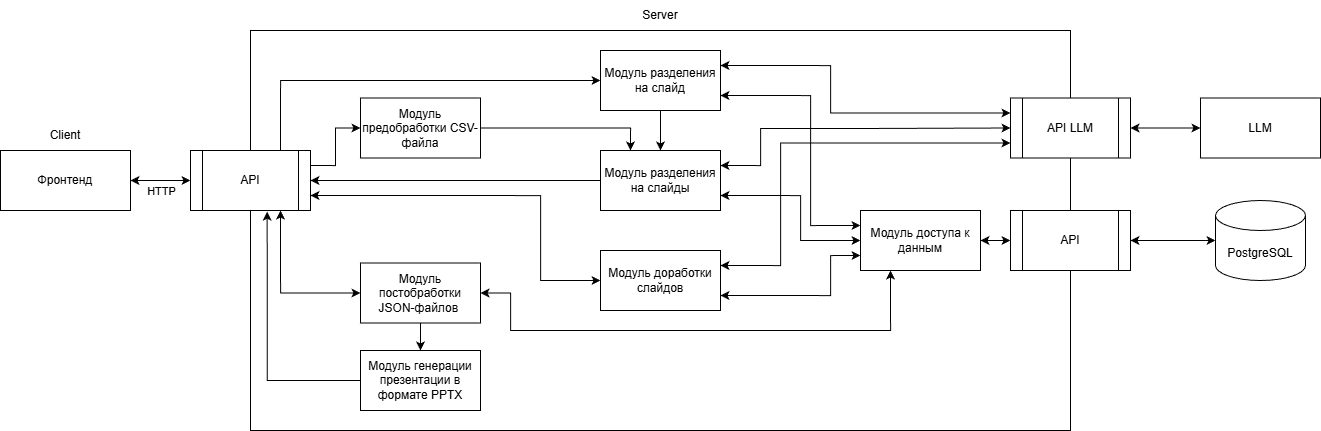
This is Analitics/архитектура.png from Sber-Kiwi/Presentation-generation, a draw.io export, as it was before one commit. Source tidied: cells renumbered, new cells last; positions are measured from the earlier drawing's top-left corner, leaving out a move shared by most shapes.
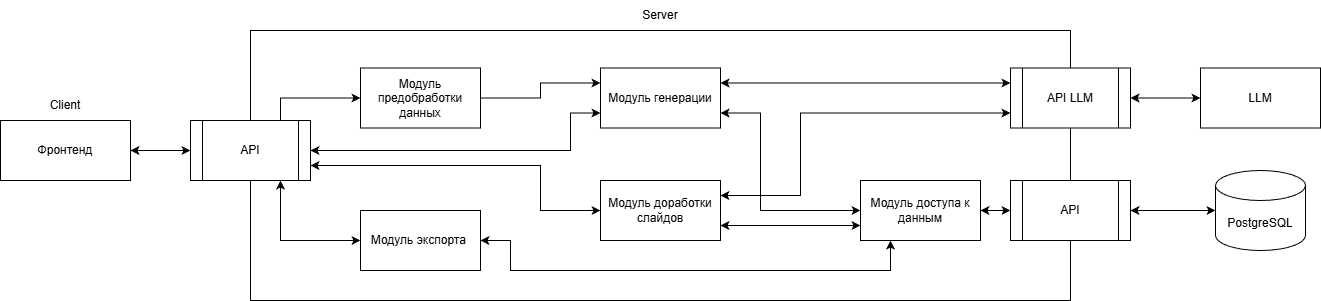
After the change.

Commit message:
Исправила архитектуру и диаграмму последовательности

Diff of the diagram source:
```diff
@@ -5,11 +5,6 @@
     <mxCell id="2" style="edgeStyle=orthogonalEdgeStyle;rounded=0;jettySize=auto;html=1;exitX=1;exitY=0.5;exitDx=0;exitDy=0;entryX=0;entryY=0.5;entryDx=0;entryDy=0;startArrow=classic;startFill=1;" parent="1" edge="1" source="4" target="27">
       <mxGeometry relative="1" as="geometry" />
     </mxCell>
-    <mxCell id="3" value="HTTP" style="edgeLabel;html=1;align=center;verticalAlign=middle;" parent="2" vertex="1">
-      <mxGeometry x="-0.19" y="3" relative="1" as="geometry">
-        <mxPoint x="6" y="13" as="offset" />
-      </mxGeometry>
-    </mxCell>
     <mxCell id="4" value="Фронтенд" style="rounded=0;whiteSpace=wrap;html=1;" parent="1" vertex="1">
       <mxGeometry y="150" width="130" height="60" as="geometry" />
     </mxCell>
@@ -17,71 +12,40 @@
       <mxGeometry x="35" y="120" width="60" height="30" as="geometry" />
     </mxCell>
     <mxCell id="6" style="rounded=0;whiteSpace=wrap;html=1;" parent="1" vertex="1">
-      <mxGeometry x="250" y="30" width="820" height="400" as="geometry" />
+      <mxGeometry x="250" y="60" width="820" height="270" as="geometry" />
     </mxCell>
     <mxCell id="7" value="Server" style="text;html=1;whiteSpace=wrap;strokeColor=none;fillColor=none;align=center;verticalAlign=middle;rounded=0;" parent="1" vertex="1">
-      <mxGeometry x="630" width="60" height="30" as="geometry" />
+      <mxGeometry x="630" y="30" width="60" height="30" as="geometry" />
     </mxCell>
-    <mxCell id="8" style="edgeStyle=orthogonalEdgeStyle;rounded=0;jettySize=auto;html=1;exitX=1;exitY=0.5;exitDx=0;exitDy=0;entryX=0.25;entryY=0;entryDx=0;entryDy=0;" parent="1" edge="1" source="9" target="16">
+    <mxCell id="8" style="edgeStyle=orthogonalEdgeStyle;rounded=0;jettySize=auto;html=1;exitX=1;exitY=0.5;exitDx=0;exitDy=0;entryX=0;entryY=0.25;entryDx=0;entryDy=0;" parent="1" edge="1" source="9" target="16">
       <mxGeometry relative="1" as="geometry" />
     </mxCell>
-    <mxCell id="9" value="Модуль предобработки CSV-файла" style="rounded=0;whiteSpace=wrap;html=1;" parent="1" vertex="1">
+    <mxCell id="9" value="Модуль предобработки данных" style="rounded=0;whiteSpace=wrap;html=1;" parent="1" vertex="1">
       <mxGeometry x="360" y="97.5" width="120" height="60" as="geometry" />
     </mxCell>
-    <mxCell id="10" style="edgeStyle=orthogonalEdgeStyle;rounded=0;jettySize=auto;html=1;exitX=0.5;exitY=1;exitDx=0;exitDy=0;entryX=0.5;entryY=0;entryDx=0;entryDy=0;" parent="1" edge="1" source="12" target="16">
-      <mxGeometry relative="1" as="geometry" />
-    </mxCell>
-    <mxCell id="11" style="edgeStyle=orthogonalEdgeStyle;rounded=0;jettySize=auto;html=1;exitX=1;exitY=0.25;exitDx=0;exitDy=0;entryX=0;entryY=0.25;entryDx=0;entryDy=0;startArrow=classic;startFill=1;" parent="1" edge="1" source="12" target="29">
-      <mxGeometry relative="1" as="geometry">
-        <Array as="points">
-          <mxPoint x="830" y="65" />
-          <mxPoint x="830" y="112" />
-        </Array>
-      </mxGeometry>
-    </mxCell>
-    <mxCell id="12" value="Модуль разделения на слайд" style="rounded=0;whiteSpace=wrap;html=1;" parent="1" vertex="1">
-      <mxGeometry x="600" y="50" width="120" height="60" as="geometry" />
-    </mxCell>
-    <mxCell id="13" style="edgeStyle=orthogonalEdgeStyle;rounded=0;jettySize=auto;html=1;exitX=1;exitY=0.25;exitDx=0;exitDy=0;entryX=0;entryY=0.5;entryDx=0;entryDy=0;startArrow=classic;startFill=1;" parent="1" edge="1" source="16" target="29">
-      <mxGeometry relative="1" as="geometry">
-        <Array as="points">
-          <mxPoint x="760" y="165" />
-          <mxPoint x="760" y="128" />
-          <mxPoint x="860" y="128" />
-        </Array>
-      </mxGeometry>
-    </mxCell>
     <mxCell id="14" style="edgeStyle=orthogonalEdgeStyle;rounded=0;jettySize=auto;html=1;exitX=1;exitY=0.75;exitDx=0;exitDy=0;entryX=0;entryY=0.5;entryDx=0;entryDy=0;startArrow=classic;startFill=1;" parent="1" edge="1" source="16" target="38">
       <mxGeometry relative="1" as="geometry">
         <Array as="points">
-          <mxPoint x="800" y="195" />
-          <mxPoint x="800" y="240" />
+          <mxPoint x="760" y="143" />
+          <mxPoint x="760" y="240" />
         </Array>
       </mxGeometry>
     </mxCell>
-    <mxCell id="15" style="edgeStyle=orthogonalEdgeStyle;rounded=0;jettySize=auto;html=1;exitX=0;exitY=0.5;exitDx=0;exitDy=0;entryX=1;entryY=0.5;entryDx=0;entryDy=0;" parent="1" edge="1" source="16" target="27">
-      <mxGeometry relative="1" as="geometry">
-        <Array as="points">
-          <mxPoint x="320" y="180" />
-          <mxPoint x="320" y="180" />
-        </Array>
-      </mxGeometry>
-    </mxCell>
-    <mxCell id="16" value="Модуль разделения на слайды" style="rounded=0;whiteSpace=wrap;html=1;" parent="1" vertex="1">
-      <mxGeometry x="600" y="150" width="120" height="60" as="geometry" />
+    <mxCell id="16" value="Модуль генерации" style="rounded=0;whiteSpace=wrap;html=1;" parent="1" vertex="1">
+      <mxGeometry x="600" y="97.5" width="120" height="60" as="geometry" />
     </mxCell>
     <mxCell id="17" style="edgeStyle=orthogonalEdgeStyle;rounded=0;jettySize=auto;html=1;exitX=1;exitY=0.75;exitDx=0;exitDy=0;entryX=0;entryY=0.75;entryDx=0;entryDy=0;startArrow=classic;startFill=1;" parent="1" edge="1" source="20" target="38">
       <mxGeometry relative="1" as="geometry">
         <Array as="points">
-          <mxPoint x="830" y="295" />
-          <mxPoint x="830" y="255" />
+          <mxPoint x="780" y="255" />
+          <mxPoint x="780" y="255" />
         </Array>
       </mxGeometry>
     </mxCell>
     <mxCell id="18" style="edgeStyle=orthogonalEdgeStyle;rounded=0;jettySize=auto;html=1;exitX=0;exitY=0.5;exitDx=0;exitDy=0;entryX=1;entryY=0.75;entryDx=0;entryDy=0;startArrow=classic;startFill=1;" parent="1" edge="1" source="20" target="27">
       <mxGeometry relative="1" as="geometry">
         <Array as="points">
-          <mxPoint x="540" y="280" />
+          <mxPoint x="540" y="240" />
           <mxPoint x="540" y="195" />
         </Array>
       </mxGeometry>
@@ -89,34 +53,29 @@
     <mxCell id="19" style="edgeStyle=orthogonalEdgeStyle;rounded=0;jettySize=auto;html=1;exitX=1;exitY=0.25;exitDx=0;exitDy=0;entryX=0;entryY=0.75;entryDx=0;entryDy=0;startArrow=classic;startFill=1;" parent="1" edge="1" source="20" target="29">
       <mxGeometry relative="1" as="geometry">
         <Array as="points">
-          <mxPoint x="780" y="265" />
-          <mxPoint x="780" y="143" />
+          <mxPoint x="800" y="225" />
+          <mxPoint x="800" y="143" />
         </Array>
       </mxGeometry>
     </mxCell>
     <mxCell id="20" value="Модуль доработки слайдов" style="rounded=0;whiteSpace=wrap;html=1;" parent="1" vertex="1">
-      <mxGeometry x="600" y="250" width="120" height="60" as="geometry" />
+      <mxGeometry x="600" y="210" width="120" height="60" as="geometry" />
     </mxCell>
-    <mxCell id="21" style="edgeStyle=orthogonalEdgeStyle;rounded=0;jettySize=auto;html=1;exitX=0.5;exitY=1;exitDx=0;exitDy=0;entryX=0.5;entryY=0;entryDx=0;entryDy=0;" parent="1" edge="1" source="22" target="23">
-      <mxGeometry relative="1" as="geometry" />
-    </mxCell>
-    <mxCell id="22" value="Модуль постобработки JSON-файлов&amp;nbsp;" style="rounded=0;whiteSpace=wrap;html=1;" parent="1" vertex="1">
-      <mxGeometry x="360" y="262.5" width="120" height="60" as="geometry" />
+    <mxCell id="22" value="Модуль экспорта&amp;nbsp;" style="rounded=0;whiteSpace=wrap;html=1;" parent="1" vertex="1">
+      <mxGeometry x="360" y="240" width="120" height="60" as="geometry" />
     </mxCell>
-    <mxCell id="23" value="Модуль генерации презентации в формате PPTX" style="rounded=0;whiteSpace=wrap;html=1;" parent="1" vertex="1">
-      <mxGeometry x="360" y="350" width="120" height="60" as="geometry" />
-    </mxCell>
-    <mxCell id="24" style="edgeStyle=orthogonalEdgeStyle;rounded=0;jettySize=auto;html=1;exitX=0.75;exitY=0;exitDx=0;exitDy=0;entryX=0;entryY=0.5;entryDx=0;entryDy=0;" parent="1" edge="1" source="27" target="12">
-      <mxGeometry relative="1" as="geometry">
-        <Array as="points">
-          <mxPoint x="280" y="80" />
-        </Array>
-      </mxGeometry>
-    </mxCell>
     <mxCell id="25" style="edgeStyle=orthogonalEdgeStyle;rounded=0;jettySize=auto;html=1;exitX=0.75;exitY=1;exitDx=0;exitDy=0;entryX=0;entryY=0.5;entryDx=0;entryDy=0;startArrow=classic;startFill=1;" parent="1" edge="1" source="27" target="22">
       <mxGeometry relative="1" as="geometry" />
     </mxCell>
+    <mxCell id="39" style="edgeStyle=orthogonalEdgeStyle;rounded=0;jettySize=auto;html=1;exitX=1;exitY=0.5;exitDx=0;exitDy=0;entryX=0;entryY=0.75;entryDx=0;entryDy=0;startArrow=classic;startFill=1;" parent="1" edge="1" source="27" target="16">
+      <mxGeometry relative="1" as="geometry">
+        <Array as="points">
+          <mxPoint x="570" y="180" />
+          <mxPoint x="570" y="142" />
+        </Array>
+      </mxGeometry>
+    </mxCell>
-    <mxCell id="26" style="edgeStyle=orthogonalEdgeStyle;rounded=0;jettySize=auto;html=1;exitX=1;exitY=0.25;exitDx=0;exitDy=0;entryX=0;entryY=0.5;entryDx=0;entryDy=0;" parent="1" edge="1" source="27" target="9">
+    <mxCell id="26" style="edgeStyle=orthogonalEdgeStyle;rounded=0;jettySize=auto;html=1;exitX=0.75;exitY=0;exitDx=0;exitDy=0;entryX=0;entryY=0.5;entryDx=0;entryDy=0;" parent="1" edge="1" source="27" target="9">
       <mxGeometry relative="1" as="geometry" />
     </mxCell>
     <mxCell id="27" value="API" style="shape=process;whiteSpace=wrap;html=1;backgroundOutline=1;" parent="1" vertex="1">
@@ -125,6 +84,9 @@
     <mxCell id="28" style="edgeStyle=orthogonalEdgeStyle;rounded=0;jettySize=auto;html=1;exitX=1;exitY=0.5;exitDx=0;exitDy=0;entryX=0;entryY=0.5;entryDx=0;entryDy=0;startArrow=classic;startFill=1;" parent="1" edge="1" source="29" target="30">
       <mxGeometry relative="1" as="geometry" />
     </mxCell>
+    <mxCell id="40" style="edgeStyle=orthogonalEdgeStyle;rounded=0;jettySize=auto;html=1;exitX=0;exitY=0.25;exitDx=0;exitDy=0;entryX=1;entryY=0.25;entryDx=0;entryDy=0;startArrow=classic;startFill=1;" parent="1" edge="1" source="29" target="16">
+      <mxGeometry relative="1" as="geometry" />
+    </mxCell>
     <mxCell id="29" value="API LLM" style="shape=process;whiteSpace=wrap;html=1;backgroundOutline=1;" parent="1" vertex="1">
       <mxGeometry x="1010" y="97.5" width="120" height="60" as="geometry" />
     </mxCell>
@@ -140,26 +102,15 @@
     <mxCell id="33" style="edgeStyle=orthogonalEdgeStyle;rounded=0;jettySize=auto;html=1;exitX=1;exitY=0.5;exitDx=0;exitDy=0;entryX=0;entryY=0.5;entryDx=0;entryDy=0;entryPerimeter=0;startArrow=classic;startFill=1;" parent="1" edge="1" source="31" target="32">
       <mxGeometry relative="1" as="geometry" />
     </mxCell>
-    <mxCell id="34" style="edgeStyle=orthogonalEdgeStyle;rounded=0;jettySize=auto;html=1;exitX=0;exitY=0.5;exitDx=0;exitDy=0;entryX=0.639;entryY=1.02;entryDx=0;entryDy=0;entryPerimeter=0;" parent="1" edge="1" source="23" target="27">
-      <mxGeometry relative="1" as="geometry" />
-    </mxCell>
     <mxCell id="35" style="edgeStyle=orthogonalEdgeStyle;rounded=0;jettySize=auto;html=1;exitX=1;exitY=0.5;exitDx=0;exitDy=0;entryX=0.25;entryY=1;entryDx=0;entryDy=0;startArrow=classic;startFill=1;" parent="1" edge="1" source="22" target="38">
       <mxGeometry relative="1" as="geometry">
         <Array as="points">
-          <mxPoint x="510" y="292" />
-          <mxPoint x="510" y="330" />
-          <mxPoint x="890" y="330" />
+          <mxPoint x="510" y="270" />
+          <mxPoint x="510" y="300" />
+          <mxPoint x="890" y="300" />
         </Array>
       </mxGeometry>
     </mxCell>
-    <mxCell id="36" style="edgeStyle=orthogonalEdgeStyle;rounded=0;jettySize=auto;html=1;exitX=1;exitY=0.75;exitDx=0;exitDy=0;entryX=0;entryY=0.25;entryDx=0;entryDy=0;startArrow=classic;startFill=1;" parent="1" edge="1" source="12" target="38">
-      <mxGeometry relative="1" as="geometry">
-        <Array as="points">
-          <mxPoint x="810" y="95" />
-          <mxPoint x="810" y="225" />
-        </Array>
-      </mxGeometry>
-    </mxCell>
     <mxCell id="37" style="edgeStyle=orthogonalEdgeStyle;rounded=0;jettySize=auto;html=1;exitX=1;exitY=0.5;exitDx=0;exitDy=0;entryX=0;entryY=0.5;entryDx=0;entryDy=0;startArrow=classic;startFill=1;" parent="1" edge="1" source="38" target="31">
       <mxGeometry relative="1" as="geometry" />
     </mxCell>
```
